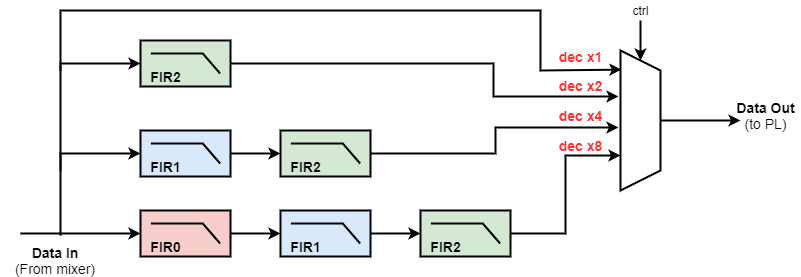
Before: notebooks/rfsoc_introduction/images/ProgrammableDecimator.png, a diagram exported from draw.io (strath-sdr/rfsoc_studio). Source tidied: cells renumbered, new cells last; positions are measured from the earlier drawing's top-left corner, leaving out a move shared by most shapes.
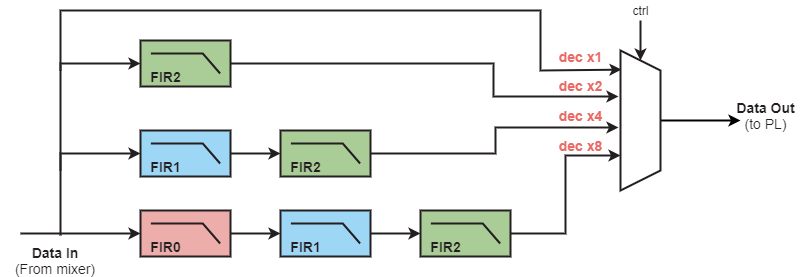
Above is the later version.

The edit, as a diff of the source:
```diff
@@ -2,41 +2,41 @@
   <root>
     <mxCell id="0" />
     <mxCell id="1" parent="0" />
-    <mxCell id="2" style="edgeStyle=orthogonalEdgeStyle;rounded=0;jettySize=auto;html=1;strokeWidth=2;" parent="1" edge="1" source="4" target="8">
+    <mxCell id="2" style="edgeStyle=orthogonalEdgeStyle;rounded=0;jettySize=auto;html=1;strokeWidth=2;fontColor=#231F20;strokeColor=#231F20;" parent="1" edge="1" source="4" target="8">
       <mxGeometry relative="1" as="geometry" />
     </mxCell>
-    <mxCell id="3" style="edgeStyle=orthogonalEdgeStyle;rounded=0;jettySize=auto;html=1;exitX=0;exitY=0.5;exitDx=0;exitDy=0;exitPerimeter=0;startArrow=classic;startFill=1;endArrow=none;endFill=0;strokeWidth=2;" parent="1" edge="1" source="4">
+    <mxCell id="3" style="edgeStyle=orthogonalEdgeStyle;rounded=0;jettySize=auto;html=1;exitX=0;exitY=0.5;exitDx=0;exitDy=0;exitPerimeter=0;startArrow=classic;startFill=1;endArrow=none;endFill=0;strokeWidth=2;strokeColor=#231F20;" parent="1" edge="1" source="4">
       <mxGeometry relative="1" as="geometry">
         <mxPoint x="20" y="233" as="targetPoint" />
       </mxGeometry>
     </mxCell>
-    <mxCell id="4" style="verticalLabelPosition=bottom;shadow=0;dashed=0;align=center;html=1;verticalAlign=top;shape=mxgraph.electrical.logic_gates.lowpass_filter;strokeWidth=2;fillColor=#f8cecc;" parent="1" vertex="1">
+    <mxCell id="4" style="verticalLabelPosition=bottom;shadow=0;dashed=0;align=center;html=1;verticalAlign=top;shape=mxgraph.electrical.logic_gates.lowpass_filter;strokeWidth=2;fillColor=#EDADAB;strokeColor=#231F20;" parent="1" vertex="1">
       <mxGeometry x="140" y="210" width="90" height="46" as="geometry" />
     </mxCell>
-    <mxCell id="5" style="edgeStyle=orthogonalEdgeStyle;rounded=0;jettySize=auto;html=1;exitX=1;exitY=0.5;exitDx=0;exitDy=0;exitPerimeter=0;entryX=0.75;entryY=1;entryDx=0;entryDy=0;startArrow=none;startFill=0;endArrow=classic;endFill=1;strokeWidth=2;" parent="1" edge="1" source="6" target="20">
+    <mxCell id="5" style="edgeStyle=orthogonalEdgeStyle;rounded=0;jettySize=auto;html=1;exitX=1;exitY=0.5;exitDx=0;exitDy=0;exitPerimeter=0;entryX=0.75;entryY=1;entryDx=0;entryDy=0;startArrow=none;startFill=0;endArrow=classic;endFill=1;strokeWidth=2;strokeColor=#231F20;" parent="1" edge="1" source="6" target="20">
       <mxGeometry relative="1" as="geometry" />
     </mxCell>
-    <mxCell id="6" style="verticalLabelPosition=bottom;shadow=0;dashed=0;align=center;html=1;verticalAlign=top;shape=mxgraph.electrical.logic_gates.lowpass_filter;strokeWidth=2;fillColor=#d5e8d4;" parent="1" vertex="1">
+    <mxCell id="6" style="verticalLabelPosition=bottom;shadow=0;dashed=0;align=center;html=1;verticalAlign=top;shape=mxgraph.electrical.logic_gates.lowpass_filter;strokeWidth=2;fillColor=#AACC96;strokeColor=#231F20;" parent="1" vertex="1">
       <mxGeometry x="420" y="210" width="90" height="46" as="geometry" />
     </mxCell>
-    <mxCell id="7" style="edgeStyle=orthogonalEdgeStyle;rounded=0;jettySize=auto;html=1;strokeWidth=2;" parent="1" edge="1" source="8" target="6">
+    <mxCell id="7" style="edgeStyle=orthogonalEdgeStyle;rounded=0;jettySize=auto;html=1;strokeWidth=2;strokeColor=#231F20;" parent="1" edge="1" source="8" target="6">
       <mxGeometry relative="1" as="geometry" />
     </mxCell>
-    <mxCell id="8" style="verticalLabelPosition=bottom;shadow=0;dashed=0;align=center;html=1;verticalAlign=top;shape=mxgraph.electrical.logic_gates.lowpass_filter;strokeWidth=2;fillColor=#dae8fc;" parent="1" vertex="1">
+    <mxCell id="8" style="verticalLabelPosition=bottom;shadow=0;dashed=0;align=center;html=1;verticalAlign=top;shape=mxgraph.electrical.logic_gates.lowpass_filter;strokeWidth=2;strokeColor=#231F20;fillColor=#9ED6F5;" parent="1" vertex="1">
       <mxGeometry x="280" y="210" width="90" height="46" as="geometry" />
     </mxCell>
-    <mxCell id="9" style="edgeStyle=orthogonalEdgeStyle;rounded=0;jettySize=auto;html=1;exitX=1;exitY=0.5;exitDx=0;exitDy=0;exitPerimeter=0;entryX=0.55;entryY=1.05;entryDx=0;entryDy=0;entryPerimeter=0;startArrow=none;startFill=0;endArrow=classic;endFill=1;strokeWidth=2;" parent="1" edge="1" source="10" target="20">
+    <mxCell id="9" style="edgeStyle=orthogonalEdgeStyle;rounded=0;jettySize=auto;html=1;exitX=1;exitY=0.5;exitDx=0;exitDy=0;exitPerimeter=0;entryX=0.55;entryY=1.05;entryDx=0;entryDy=0;entryPerimeter=0;startArrow=none;startFill=0;endArrow=classic;endFill=1;strokeWidth=2;strokeColor=#231F20;" parent="1" edge="1" source="10" target="20">
       <mxGeometry relative="1" as="geometry" />
     </mxCell>
-    <mxCell id="10" style="verticalLabelPosition=bottom;shadow=0;dashed=0;align=center;html=1;verticalAlign=top;shape=mxgraph.electrical.logic_gates.lowpass_filter;strokeWidth=2;fillColor=#d5e8d4;" parent="1" vertex="1">
+    <mxCell id="10" style="verticalLabelPosition=bottom;shadow=0;dashed=0;align=center;html=1;verticalAlign=top;shape=mxgraph.electrical.logic_gates.lowpass_filter;strokeWidth=2;strokeColor=#231F20;fillColor=#AACC96;" parent="1" vertex="1">
       <mxGeometry x="280" y="130" width="90" height="46" as="geometry" />
     </mxCell>
-    <mxCell id="11" style="edgeStyle=orthogonalEdgeStyle;rounded=0;jettySize=auto;html=1;exitX=0;exitY=0.5;exitDx=0;exitDy=0;exitPerimeter=0;startArrow=classic;startFill=1;endArrow=none;endFill=0;strokeWidth=2;" parent="1" edge="1" source="13">
+    <mxCell id="11" style="edgeStyle=orthogonalEdgeStyle;rounded=0;jettySize=auto;html=1;exitX=0;exitY=0.5;exitDx=0;exitDy=0;exitPerimeter=0;startArrow=classic;startFill=1;endArrow=none;endFill=0;strokeWidth=2;strokeColor=#231F20;" parent="1" edge="1" source="13">
       <mxGeometry relative="1" as="geometry">
         <mxPoint x="60" y="170" as="targetPoint" />
       </mxGeometry>
     </mxCell>
-    <mxCell id="12" style="edgeStyle=orthogonalEdgeStyle;rounded=0;jettySize=auto;html=1;exitX=1;exitY=0.5;exitDx=0;exitDy=0;exitPerimeter=0;startArrow=none;startFill=0;endArrow=classic;endFill=1;strokeWidth=2;" parent="1" edge="1" source="13">
+    <mxCell id="12" style="edgeStyle=orthogonalEdgeStyle;rounded=0;jettySize=auto;html=1;exitX=1;exitY=0.5;exitDx=0;exitDy=0;exitPerimeter=0;startArrow=none;startFill=0;endArrow=classic;endFill=1;strokeWidth=2;strokeColor=#231F20;" parent="1" edge="1" source="13">
       <mxGeometry relative="1" as="geometry">
         <mxPoint x="618" y="96" as="targetPoint" />
         <Array as="points">
@@ -45,21 +45,21 @@
         </Array>
       </mxGeometry>
     </mxCell>
-    <mxCell id="13" style="verticalLabelPosition=bottom;shadow=0;dashed=0;align=center;html=1;verticalAlign=top;shape=mxgraph.electrical.logic_gates.lowpass_filter;strokeWidth=2;fillColor=#d5e8d4;" parent="1" vertex="1">
+    <mxCell id="13" style="verticalLabelPosition=bottom;shadow=0;dashed=0;align=center;html=1;verticalAlign=top;shape=mxgraph.electrical.logic_gates.lowpass_filter;strokeWidth=2;fillColor=#AACC96;strokeColor=#231F20;" parent="1" vertex="1">
       <mxGeometry x="140" y="40" width="90" height="46" as="geometry" />
     </mxCell>
-    <mxCell id="14" style="edgeStyle=orthogonalEdgeStyle;rounded=0;jettySize=auto;html=1;strokeWidth=2;" parent="1" edge="1" source="16" target="10">
+    <mxCell id="14" style="edgeStyle=orthogonalEdgeStyle;rounded=0;jettySize=auto;html=1;strokeWidth=2;strokeColor=#231F20;" parent="1" edge="1" source="16" target="10">
       <mxGeometry relative="1" as="geometry" />
     </mxCell>
-    <mxCell id="15" style="edgeStyle=orthogonalEdgeStyle;rounded=0;jettySize=auto;html=1;exitX=0;exitY=0.5;exitDx=0;exitDy=0;exitPerimeter=0;startArrow=classic;startFill=1;endArrow=none;endFill=0;strokeWidth=2;" parent="1" edge="1" source="16">
+    <mxCell id="15" style="edgeStyle=orthogonalEdgeStyle;rounded=0;jettySize=auto;html=1;exitX=0;exitY=0.5;exitDx=0;exitDy=0;exitPerimeter=0;startArrow=classic;startFill=1;endArrow=none;endFill=0;strokeWidth=2;strokeColor=#231F20;" parent="1" edge="1" source="16">
       <mxGeometry relative="1" as="geometry">
         <mxPoint x="60" y="235" as="targetPoint" />
       </mxGeometry>
     </mxCell>
-    <mxCell id="16" style="verticalLabelPosition=bottom;shadow=0;dashed=0;align=center;html=1;verticalAlign=top;shape=mxgraph.electrical.logic_gates.lowpass_filter;strokeWidth=2;fillColor=#dae8fc;" parent="1" vertex="1">
+    <mxCell id="16" style="verticalLabelPosition=bottom;shadow=0;dashed=0;align=center;html=1;verticalAlign=top;shape=mxgraph.electrical.logic_gates.lowpass_filter;strokeWidth=2;fillColor=#9ED6F5;strokeColor=#231F20;" parent="1" vertex="1">
       <mxGeometry x="140" y="130" width="90" height="46" as="geometry" />
     </mxCell>
-    <mxCell id="17" style="edgeStyle=orthogonalEdgeStyle;rounded=0;jettySize=auto;html=1;exitX=0.136;exitY=0.975;exitDx=0;exitDy=0;startArrow=classic;startFill=1;endArrow=none;endFill=0;strokeWidth=2;exitPerimeter=0;" parent="1" edge="1" source="20">
+    <mxCell id="17" style="edgeStyle=orthogonalEdgeStyle;rounded=0;jettySize=auto;html=1;exitX=0.136;exitY=0.975;exitDx=0;exitDy=0;startArrow=classic;startFill=1;endArrow=none;endFill=0;strokeWidth=2;exitPerimeter=0;strokeColor=#231F20;" parent="1" edge="1" source="20">
       <mxGeometry relative="1" as="geometry">
         <mxPoint x="60" y="70" as="targetPoint" />
         <Array as="points">
@@ -69,56 +69,56 @@
         </Array>
       </mxGeometry>
     </mxCell>
-    <mxCell id="18" style="edgeStyle=orthogonalEdgeStyle;rounded=0;jettySize=auto;html=1;exitX=0.5;exitY=0;exitDx=0;exitDy=0;startArrow=none;startFill=0;endArrow=classic;endFill=1;strokeWidth=2;" parent="1" edge="1" source="20">
+    <mxCell id="18" style="edgeStyle=orthogonalEdgeStyle;rounded=0;jettySize=auto;html=1;exitX=0.5;exitY=0;exitDx=0;exitDy=0;startArrow=none;startFill=0;endArrow=classic;endFill=1;strokeWidth=2;fontColor=#231F20;" parent="1" edge="1" source="20">
       <mxGeometry relative="1" as="geometry">
         <mxPoint x="740" y="120" as="targetPoint" />
       </mxGeometry>
     </mxCell>
-    <mxCell id="19" style="edgeStyle=orthogonalEdgeStyle;rounded=0;jettySize=auto;html=1;exitX=0;exitY=0.5;exitDx=0;exitDy=0;startArrow=classic;startFill=1;endArrow=none;endFill=0;strokeWidth=2;" parent="1" edge="1" source="20">
+    <mxCell id="19" style="edgeStyle=orthogonalEdgeStyle;rounded=0;jettySize=auto;html=1;exitX=0;exitY=0.5;exitDx=0;exitDy=0;startArrow=classic;startFill=1;endArrow=none;endFill=0;strokeWidth=2;strokeColor=#231F20;" parent="1" edge="1" source="20">
       <mxGeometry relative="1" as="geometry">
         <mxPoint x="640" y="20" as="targetPoint" />
       </mxGeometry>
     </mxCell>
-    <mxCell id="20" style="shape=trapezoid;perimeter=trapezoidPerimeter;whiteSpace=wrap;html=1;fixedSize=1;strokeWidth=2;direction=south;" parent="1" vertex="1">
+    <mxCell id="20" style="shape=trapezoid;perimeter=trapezoidPerimeter;whiteSpace=wrap;html=1;fixedSize=1;strokeWidth=2;direction=south;strokeColor=#231F20;" parent="1" vertex="1">
       <mxGeometry x="620" y="50" width="40" height="140" as="geometry" />
     </mxCell>
-    <mxCell id="21" value="&lt;span style=&quot;font-size: 14px&quot;&gt;&lt;b&gt;Data In&lt;/b&gt;&lt;br&gt;(From mixer)&lt;/span&gt;" style="text;html=1;strokeColor=none;fillColor=none;align=center;verticalAlign=middle;whiteSpace=wrap;rounded=0;" parent="1" vertex="1">
+    <mxCell id="21" value="&lt;span style=&quot;font-size: 14px&quot;&gt;&lt;font color=&quot;#231f20&quot;&gt;&lt;b&gt;Data In&lt;/b&gt;&lt;br&gt;(From mixer)&lt;/font&gt;&lt;/span&gt;" style="text;html=1;strokeColor=none;fillColor=none;align=center;verticalAlign=middle;whiteSpace=wrap;rounded=0;" parent="1" vertex="1">
       <mxGeometry y="250" width="110" height="20" as="geometry" />
     </mxCell>
-    <mxCell id="22" value="&lt;font style=&quot;font-size: 14px&quot;&gt;&lt;b&gt;Data Out&lt;/b&gt;&lt;br&gt;(to PL)&lt;/font&gt;" style="text;html=1;align=center;verticalAlign=middle;" parent="1" vertex="1">
+    <mxCell id="22" value="&lt;font style=&quot;font-size: 14px&quot;&gt;&lt;b&gt;Data Out&lt;/b&gt;&lt;br&gt;(to PL)&lt;/font&gt;" style="text;html=1;align=center;verticalAlign=middle;fontColor=#231F20;" parent="1" vertex="1">
       <mxGeometry x="730" y="95" width="70" height="40" as="geometry" />
     </mxCell>
-    <mxCell id="23" value="&lt;font style=&quot;font-size: 14px&quot;&gt;&lt;b&gt;FIR0&lt;/b&gt;&lt;/font&gt;" style="text;html=1;align=center;verticalAlign=middle;" parent="1" vertex="1">
+    <mxCell id="23" value="&lt;font style=&quot;font-size: 14px&quot;&gt;&lt;b&gt;FIR0&lt;/b&gt;&lt;/font&gt;" style="text;html=1;align=center;verticalAlign=middle;fontColor=#231F20;" parent="1" vertex="1">
       <mxGeometry x="140" y="236" width="50" height="20" as="geometry" />
     </mxCell>
-    <mxCell id="24" value="&lt;font style=&quot;font-size: 14px&quot;&gt;&lt;b&gt;FIR1&lt;/b&gt;&lt;/font&gt;" style="text;html=1;align=center;verticalAlign=middle;" parent="1" vertex="1">
+    <mxCell id="24" value="&lt;font style=&quot;font-size: 14px&quot;&gt;&lt;b&gt;FIR1&lt;/b&gt;&lt;/font&gt;" style="text;html=1;align=center;verticalAlign=middle;fontColor=#231F20;" parent="1" vertex="1">
       <mxGeometry x="140" y="156" width="50" height="20" as="geometry" />
     </mxCell>
-    <mxCell id="25" value="&lt;font style=&quot;font-size: 14px&quot;&gt;&lt;b&gt;FIR1&lt;/b&gt;&lt;/font&gt;" style="text;html=1;align=center;verticalAlign=middle;" parent="1" vertex="1">
+    <mxCell id="25" value="&lt;font style=&quot;font-size: 14px&quot;&gt;&lt;b&gt;FIR1&lt;/b&gt;&lt;/font&gt;" style="text;html=1;align=center;verticalAlign=middle;fontColor=#231F20;" parent="1" vertex="1">
       <mxGeometry x="280" y="236" width="50" height="20" as="geometry" />
     </mxCell>
-    <mxCell id="26" value="&lt;font style=&quot;font-size: 14px&quot;&gt;&lt;b&gt;FIR2&lt;/b&gt;&lt;/font&gt;" style="text;html=1;align=center;verticalAlign=middle;" parent="1" vertex="1">
+    <mxCell id="26" value="&lt;font style=&quot;font-size: 14px&quot;&gt;&lt;b&gt;FIR2&lt;/b&gt;&lt;/font&gt;" style="text;html=1;align=center;verticalAlign=middle;fontColor=#231F20;" parent="1" vertex="1">
       <mxGeometry x="140" y="66" width="50" height="20" as="geometry" />
     </mxCell>
-    <mxCell id="27" value="&lt;font style=&quot;font-size: 14px&quot;&gt;&lt;b&gt;FIR2&lt;/b&gt;&lt;/font&gt;" style="text;html=1;align=center;verticalAlign=middle;" parent="1" vertex="1">
+    <mxCell id="27" value="&lt;font style=&quot;font-size: 14px&quot;&gt;&lt;b&gt;FIR2&lt;/b&gt;&lt;/font&gt;" style="text;html=1;align=center;verticalAlign=middle;fontColor=#231F20;" parent="1" vertex="1">
       <mxGeometry x="280" y="156" width="50" height="20" as="geometry" />
     </mxCell>
-    <mxCell id="28" value="&lt;font style=&quot;font-size: 14px&quot;&gt;&lt;b&gt;FIR2&lt;/b&gt;&lt;/font&gt;" style="text;html=1;align=center;verticalAlign=middle;" parent="1" vertex="1">
+    <mxCell id="28" value="&lt;font style=&quot;font-size: 14px&quot;&gt;&lt;b&gt;FIR2&lt;/b&gt;&lt;/font&gt;" style="text;html=1;align=center;verticalAlign=middle;fontColor=#231F20;" parent="1" vertex="1">
       <mxGeometry x="420" y="236" width="50" height="20" as="geometry" />
     </mxCell>
-    <mxCell id="29" value="ctrl" style="text;html=1;align=center;verticalAlign=middle;" parent="1" vertex="1">
+    <mxCell id="29" value="&lt;font&gt;ctrl&lt;/font&gt;" style="text;html=1;align=center;verticalAlign=middle;fontColor=#231F20;" parent="1" vertex="1">
       <mxGeometry x="625" width="30" height="20" as="geometry" />
     </mxCell>
-    <mxCell id="30" value="&lt;b&gt;&lt;font style=&quot;font-size: 14px&quot; color=&quot;#ff3333&quot;&gt;dec x1&lt;/font&gt;&lt;/b&gt;" style="text;html=1;align=center;verticalAlign=middle;" parent="1" vertex="1">
+    <mxCell id="30" value="&lt;b&gt;&lt;font style=&quot;font-size: 14px&quot;&gt;dec x1&lt;/font&gt;&lt;/b&gt;" style="text;html=1;align=center;verticalAlign=middle;fontColor=#EA6B66;" parent="1" vertex="1">
       <mxGeometry x="550" y="46" width="60" height="20" as="geometry" />
     </mxCell>
-    <mxCell id="31" value="&lt;b&gt;&lt;font style=&quot;font-size: 14px&quot; color=&quot;#ff3333&quot;&gt;dec x2&lt;/font&gt;&lt;/b&gt;" style="text;html=1;align=center;verticalAlign=middle;" parent="1" vertex="1">
+    <mxCell id="31" value="&lt;b&gt;&lt;font style=&quot;font-size: 14px&quot;&gt;dec x2&lt;/font&gt;&lt;/b&gt;" style="text;html=1;align=center;verticalAlign=middle;fontColor=#EA6B66;" parent="1" vertex="1">
       <mxGeometry x="550" y="75" width="60" height="20" as="geometry" />
     </mxCell>
-    <mxCell id="32" value="&lt;b&gt;&lt;font style=&quot;font-size: 14px&quot; color=&quot;#ff3333&quot;&gt;dec x4&lt;/font&gt;&lt;/b&gt;" style="text;html=1;align=center;verticalAlign=middle;" parent="1" vertex="1">
+    <mxCell id="32" value="&lt;b&gt;&lt;font style=&quot;font-size: 14px&quot;&gt;dec x4&lt;/font&gt;&lt;/b&gt;" style="text;html=1;align=center;verticalAlign=middle;fontColor=#EA6B66;" parent="1" vertex="1">
       <mxGeometry x="550" y="105" width="60" height="20" as="geometry" />
     </mxCell>
-    <mxCell id="33" value="&lt;b&gt;&lt;font style=&quot;font-size: 14px&quot; color=&quot;#ff3333&quot;&gt;dec x8&lt;/font&gt;&lt;/b&gt;" style="text;html=1;align=center;verticalAlign=middle;" parent="1" vertex="1">
+    <mxCell id="33" value="&lt;b&gt;&lt;font style=&quot;font-size: 14px&quot;&gt;dec x8&lt;/font&gt;&lt;/b&gt;" style="text;html=1;align=center;verticalAlign=middle;fontColor=#EA6B66;" parent="1" vertex="1">
       <mxGeometry x="550" y="135" width="60" height="20" as="geometry" />
     </mxCell>
   </root>
```
